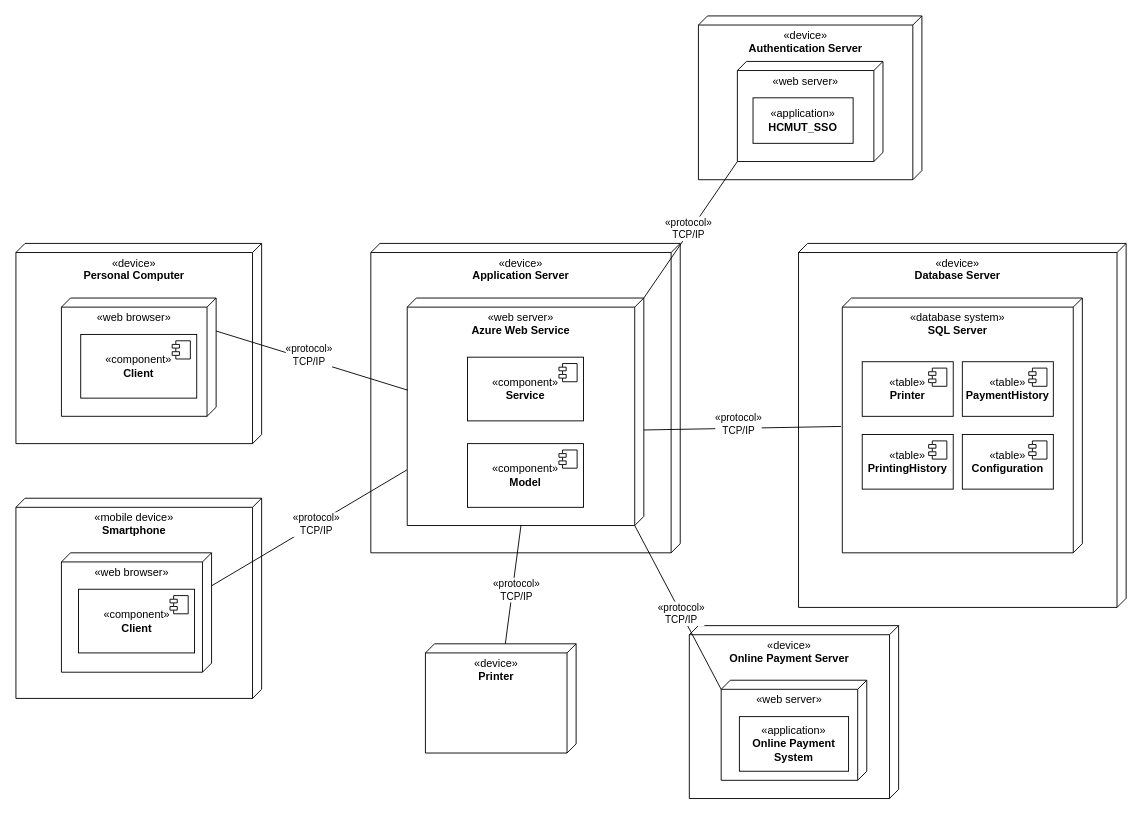
tuandanh123/Print-Service keeps this draw.io diagram as page "deployment" (6 of 8) of diagram.drawio. Above is the earlier version. Source tidied: cells renumbered, new cells numbered last; positions are measured from the earlier drawing's top-left corner, leaving out a move shared by most shapes. Both pictures are drawn from the tidied source at 91%, with x=0, y=0 at pixel (15, 15).
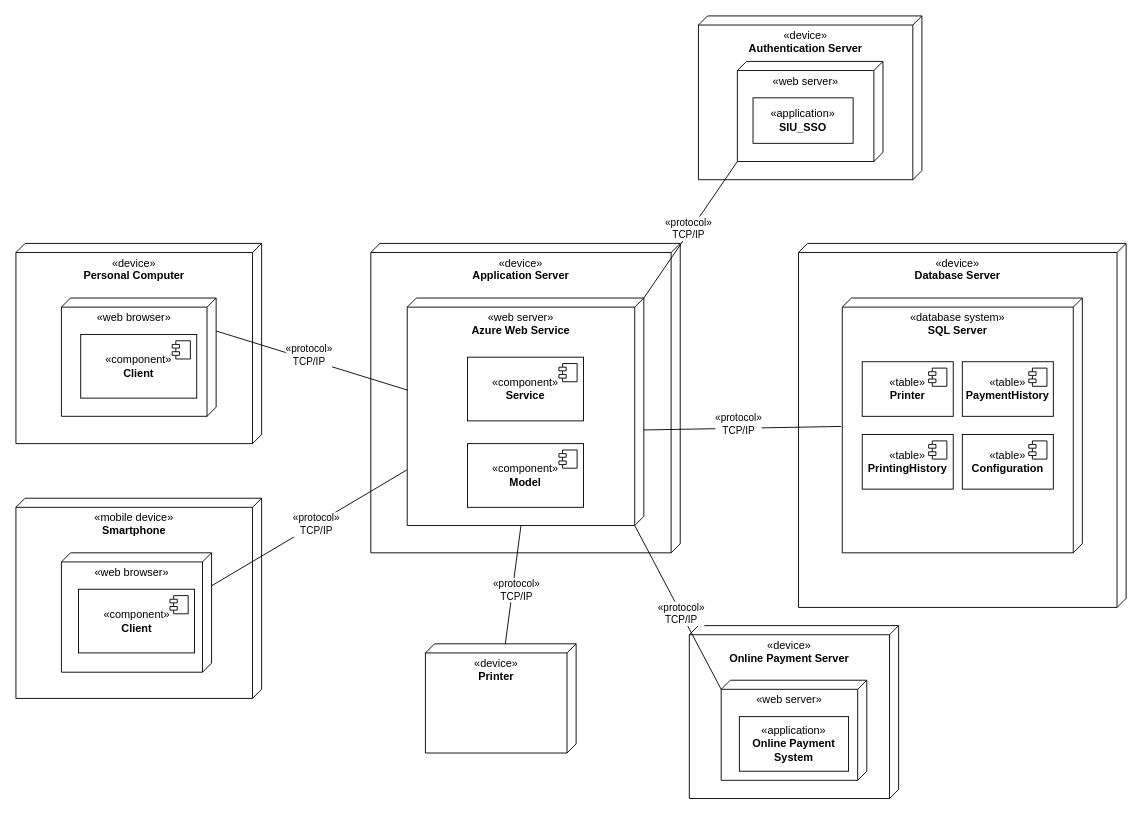
The same page after the edit.

The edit, as a diff of the source:
```diff
@@
-    <mxCell id="35" value="«application»&lt;br&gt;&lt;b&gt;HCMUT_SSO&lt;br&gt;&lt;/b&gt;" style="html=1;whiteSpace=wrap;" parent="1" vertex="1">
+    <mxCell id="35" value="«application»&lt;br&gt;&lt;b&gt;SIU_SSO&lt;br&gt;&lt;/b&gt;" style="html=1;whiteSpace=wrap;" parent="1" vertex="1">
       <mxGeometry x="810" y="90" width="110" height="50" as="geometry" />
     </mxCell>
```
